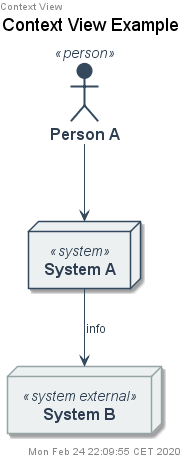
This is example/contextView.png from N0N4M3pl/plantuml-C4, a PlantUML export, as it was before one commit. Its diagram source:
```plantuml
@startuml contextView











skinparam defaultTextAlignment center
skinparam wrapWidth 200
skinparam maxMessageSize 150


















skinparam defaultTextAlignment center
skinparam wrapWidth 200
skinparam maxMessageSize 150













skinparam rectangle<<boundary>> {
    StereotypeFontColor #2c3e50
    FontColor #2c3e50
    BackgroundColor white
    BorderColor #bdc3c7
    BorderStyle dashed
    BorderThickness 0
    Shadowing false
}

skinparam actor<<person>> {
    StereotypeFontColor #2c3e50
    FontColor #2c3e50
    BackgroundColor #34495e
    BorderColor #34495e
    Shadowing false
}

skinparam Arrow {
    FontColor #2c3e50
    Color #34495e
    FontSize 12
}






skinparam node<<system>> {
    StereotypeFontColor #2c3e50
    FontColor #2c3e50
    BackgroundColor #ecf0f1
    BorderColor #34495e
}

skinparam node<<system external>> {
    StereotypeFontColor #2c3e50
    FontColor #2c3e50
    BackgroundColor #ecf0f1
    BorderColor #95a5a6
}



left header Context View
title Context View Example
top to bottom direction


actor "==Person A" <<person>> as personA

node "==System A" <<system>> as systemA
node "==System B" <<system external>> as systemB


systemA --> systemB : "info"
personA --> systemA : ""


right footer Mon Feb 24 22:09:55 CET 2020

@enduml
```
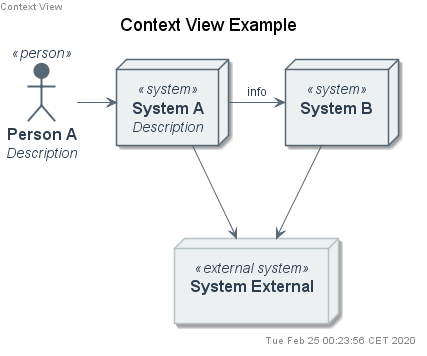
Above is the later version.

What changed in the source:
```diff
@@ -1,10 +1,4 @@
 @startuml contextView
-
-
-
-
-
-
 
 
 
@@ -31,43 +25,20 @@
 
 
 
-skinparam defaultTextAlignment center
-skinparam wrapWidth 200
-skinparam maxMessageSize 150
 
 
-
-
-
-
-
-
-
-
-
-
-
-skinparam rectangle<<boundary>> {
-    StereotypeFontColor #2c3e50
-    FontColor #2c3e50
-    BackgroundColor white
-    BorderColor #bdc3c7
-    BorderStyle dashed
-    BorderThickness 0
-    Shadowing false
-}
 
 skinparam actor<<person>> {
     StereotypeFontColor #2c3e50
     FontColor #2c3e50
-    BackgroundColor #34495e
-    BorderColor #34495e
+    BackgroundColor #566775
+    BorderColor #566775
     Shadowing false
 }
 
 skinparam Arrow {
     FontColor #2c3e50
-    Color #34495e
+    Color #566775
     FontSize 12
 }
 
@@ -80,14 +51,14 @@
     StereotypeFontColor #2c3e50
     FontColor #2c3e50
     BackgroundColor #ecf0f1
-    BorderColor #34495e
+    BorderColor #566775
 }
 
-skinparam node<<system external>> {
+skinparam node<<external system>> {
     StereotypeFontColor #2c3e50
     FontColor #2c3e50
     BackgroundColor #ecf0f1
-    BorderColor #95a5a6
+    BorderColor #b6c1c5
 }
 
 
@@ -97,16 +68,20 @@
 top to bottom direction
 
 
-actor "==Person A" <<person>> as personA
+actor "==Person A\n //Description//" <<person>> as personA
 
-node "==System A" <<system>> as systemA
-node "==System B" <<system external>> as systemB
+node "==System A\n //Description//" <<system>> as systemA
+node "==System B\n // //" <<system>> as systemB
+node "==System External\n // //" <<external system>> as systemExt
 
 
-systemA --> systemB : "info"
-personA --> systemA : ""
+systemA -RIGHT-> systemB : "info"
+systemA -DOWN-> systemExt : ""
+systemB -DOWN-> systemExt : ""
+
+personA -RIGHT-> systemA : ""
 
 
-right footer Mon Feb 24 22:09:55 CET 2020
+right footer Tue Feb 25 00:23:56 CET 2020
 
 @enduml
```
